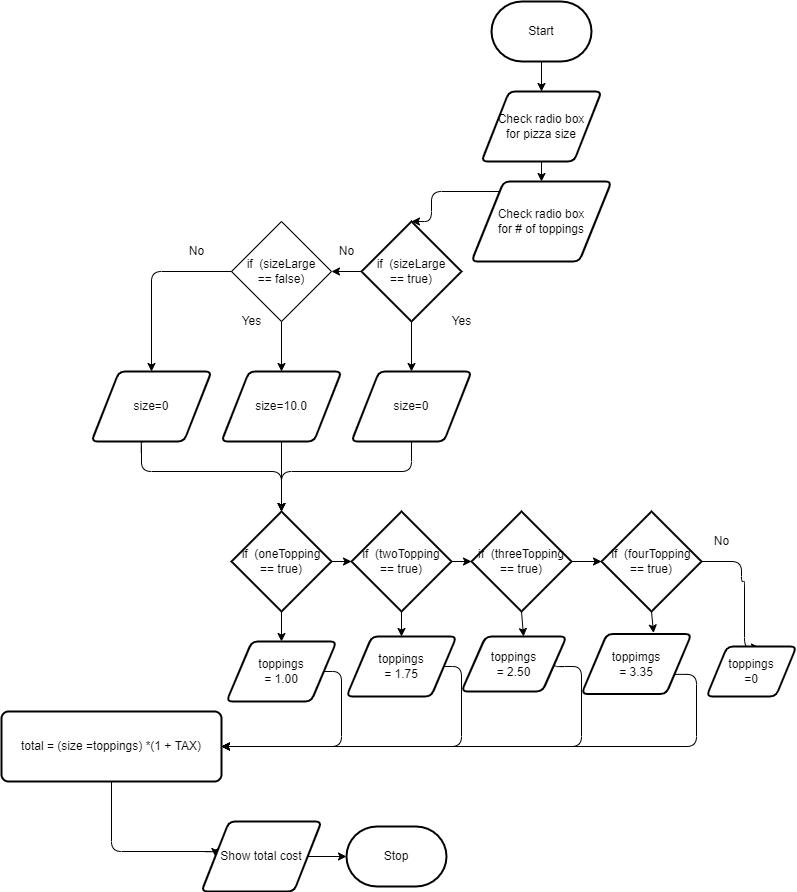
Earlier version of the draw.io export design/flow-chart.png (Emmanuel-Fofeyin/ICS20assignment4-html). Source tidied: cells renumbered, new cells last; positions are measured from the earlier drawing's top-left corner, leaving out a move shared by most shapes.
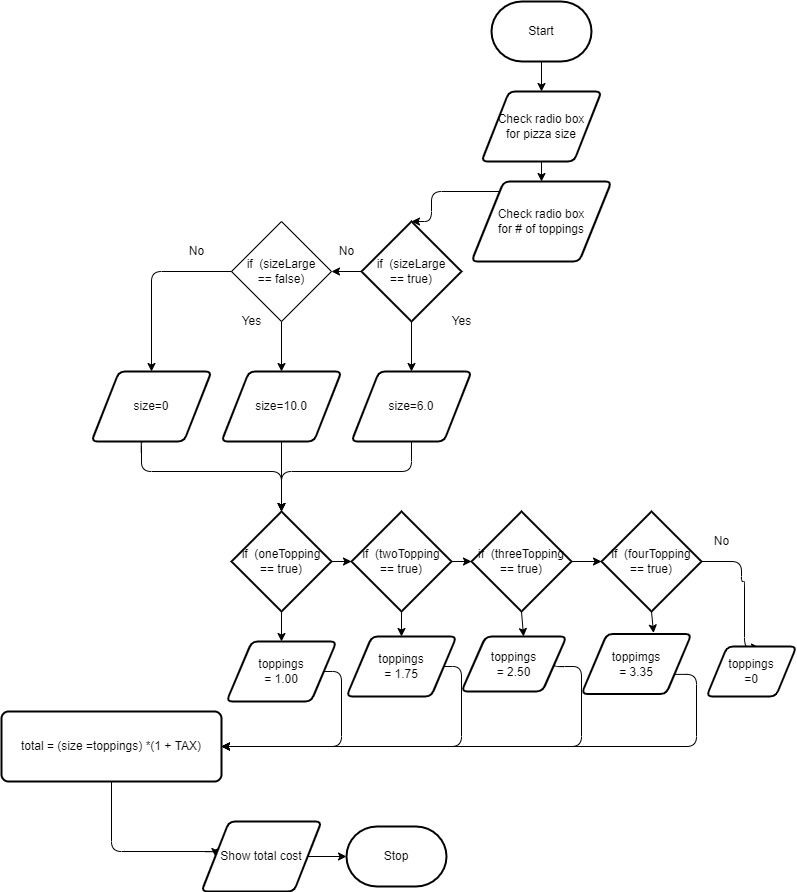
Above is the later version.

What changed in the source:
```diff
@@ -49,7 +49,7 @@
     <mxCell id="15" value="size=10.0" style="shape=parallelogram;html=1;strokeWidth=2;perimeter=parallelogramPerimeter;whiteSpace=wrap;rounded=1;arcSize=12;size=0.23;" parent="1" vertex="1">
       <mxGeometry x="220" y="370" width="120" height="70" as="geometry" />
     </mxCell>
-    <mxCell id="16" value="size=0" style="shape=parallelogram;html=1;strokeWidth=2;perimeter=parallelogramPerimeter;whiteSpace=wrap;rounded=1;arcSize=12;size=0.23;" parent="1" vertex="1">
+    <mxCell id="16" value="size=6.0" style="shape=parallelogram;html=1;strokeWidth=2;perimeter=parallelogramPerimeter;whiteSpace=wrap;rounded=1;arcSize=12;size=0.23;" parent="1" vertex="1">
       <mxGeometry x="350" y="370" width="120" height="70" as="geometry" />
     </mxCell>
     <mxCell id="17" style="endArrow=classic;html=1;exitX=0.5;exitY=1;exitDx=0;exitDy=0;entryX=0.5;entryY=0;entryDx=0;entryDy=0;" parent="1" edge="1" source="10" target="15">
```
